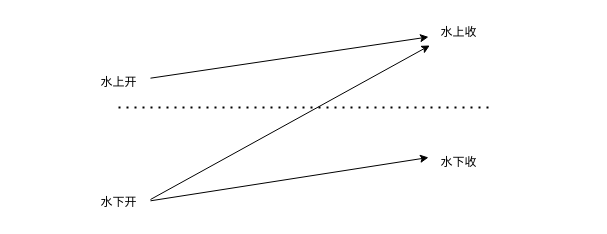
This is 弱转强.drawio from headtrain/yx_diagrams, a draw.io file, before an edit. Source tidied: cells renumbered, new cells numbered last; positions are measured from the earlier drawing's top-left corner, leaving out a move shared by most shapes. Both pictures are drawn from the tidied source at 100%, with x=0, y=0 at pixel (88, 17).
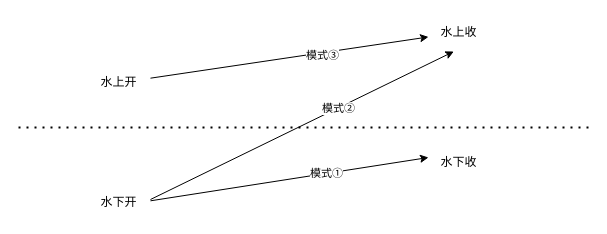
Above is the later version.

Commit message (it also covers changes not shown here):
更新弱转强.drawio

What changed in the source:
```diff
@@
 <mxGraphModel>
   <root>
     <mxCell id="0" />
     <mxCell id="1" parent="0" />
     <mxCell id="2" style="endArrow=none;dashed=1;html=1;dashPattern=1 3;strokeWidth=2;rounded=0;" parent="1" edge="1">
       <mxGeometry relative="1" as="geometry">
-        <mxPoint x="30" y="90" as="sourcePoint" />
-        <mxPoint x="406" y="90" as="targetPoint" />
+        <mxPoint x="-70" y="110" as="sourcePoint" />
+        <mxPoint x="500" y="110" as="targetPoint" />
       </mxGeometry>
     </mxCell>
     <mxCell id="3" value="水上开" style="text;html=1;align=center;verticalAlign=middle;points=[];strokeColor=none;fillColor=none;" parent="1" vertex="1">
       <mxGeometry y="50" width="60" height="30" as="geometry" />
     </mxCell>
     <mxCell id="4" value="水下收" style="text;html=1;align=center;verticalAlign=middle;points=[];strokeColor=none;fillColor=none;" parent="1" vertex="1">
       <mxGeometry x="340" y="130" width="60" height="30" as="geometry" />
     </mxCell>
     <mxCell id="5" value="水上收" style="text;html=1;align=center;verticalAlign=middle;points=[];strokeColor=none;fillColor=none;" parent="1" vertex="1">
       <mxGeometry x="340" width="60" height="30" as="geometry" />
     </mxCell>
     <mxCell id="6" value="水下开" style="text;html=1;align=center;verticalAlign=middle;points=[];strokeColor=none;fillColor=none;" parent="1" vertex="1">
       <mxGeometry y="170" width="60" height="30" as="geometry" />
     </mxCell>
     <mxCell id="7" style="endArrow=classic;html=1;rounded=0;exitX=1.033;exitY=0.356;exitDx=0;exitDy=0;exitPerimeter=0;" parent="1" edge="1" source="3" target="5">
       <mxGeometry relative="1" as="geometry" />
     </mxCell>
+    <mxCell id="10" value="模式③" style="edgeLabel;html=1;align=center;verticalAlign=middle;" parent="7" vertex="1">
+      <mxGeometry x="0.23" y="-2" relative="1" as="geometry" />
+    </mxCell>
-    <mxCell id="8" style="endArrow=classic;html=1;rounded=0;exitX=1.033;exitY=0.4;exitDx=0;exitDy=0;exitPerimeter=0;entryX=0.022;entryY=0.933;entryDx=0;entryDy=0;entryPerimeter=0;" parent="1" edge="1" source="6" target="5">
+    <mxCell id="8" style="endArrow=classic;html=1;rounded=0;exitX=1.033;exitY=0.4;exitDx=0;exitDy=0;exitPerimeter=0;entryX=0.422;entryY=1.133;entryDx=0;entryDy=0;entryPerimeter=0;" parent="1" edge="1" source="6" target="5">
       <mxGeometry relative="1" as="geometry" />
     </mxCell>
+    <mxCell id="11" value="模式②" style="edgeLabel;html=1;align=center;verticalAlign=middle;" parent="8" vertex="1">
+      <mxGeometry x="0.24" relative="1" as="geometry" />
+    </mxCell>
     <mxCell id="9" style="endArrow=classic;html=1;rounded=0;exitX=1.033;exitY=0.444;exitDx=0;exitDy=0;exitPerimeter=0;entryX=0;entryY=0.333;entryDx=0;entryDy=0;entryPerimeter=0;" parent="1" edge="1" source="6" target="4">
       <mxGeometry relative="1" as="geometry" />
     </mxCell>
+    <mxCell id="12" value="模式①" style="edgeLabel;html=1;align=center;verticalAlign=middle;" parent="9" vertex="1">
+      <mxGeometry x="0.27" relative="1" as="geometry">
+        <mxPoint x="-1" as="offset" />
+      </mxGeometry>
+    </mxCell>
   </root>
 </mxGraphModel>
```
